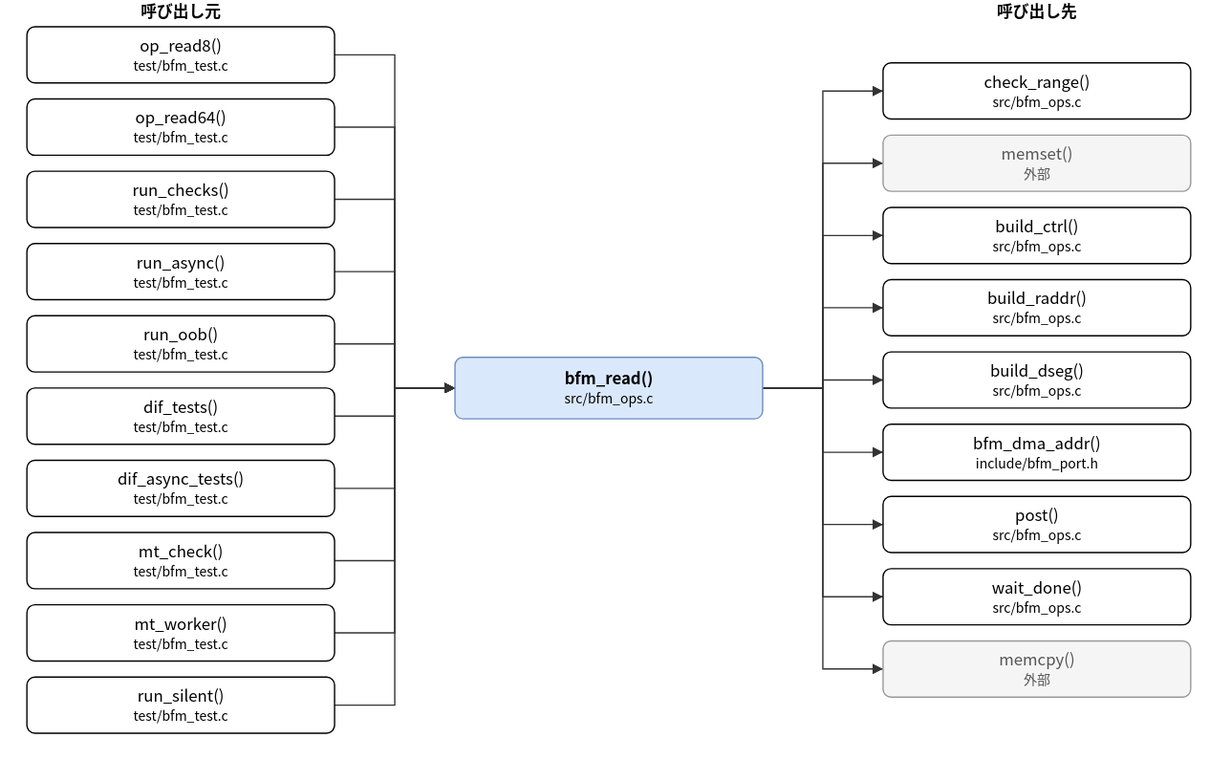
Before: doc/spec/images/call_src_bfm_ops-bfm_read.drawio.svg, a diagram exported from draw.io (hf355051012-ai/bfmem). Source tidied: cells renumbered, new cells last; positions are measured from the earlier drawing's top-left corner, leaving out a move shared by most shapes.
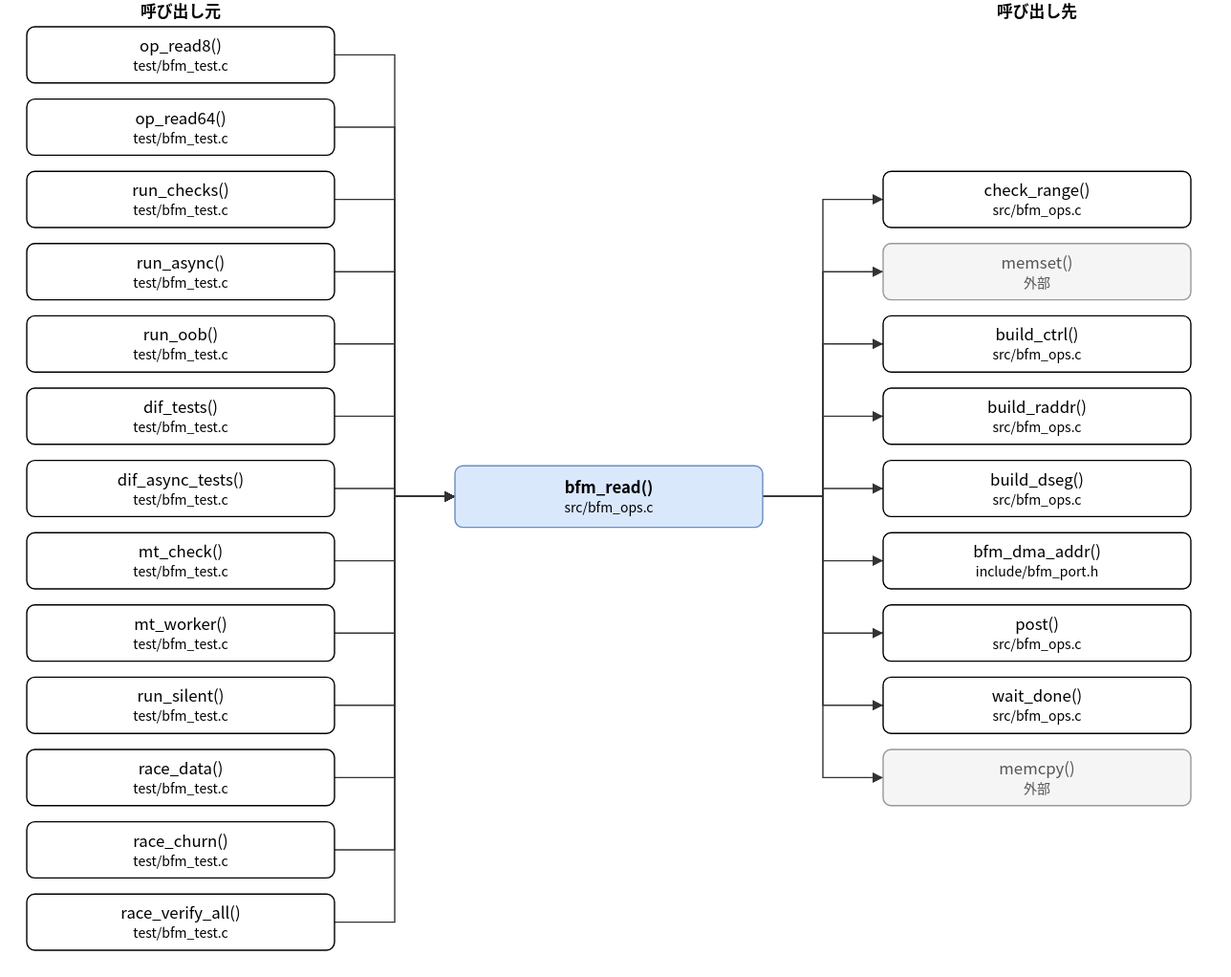
The same file after the commit.

What changed in the source:
```diff
@@ -3,7 +3,7 @@
     <mxCell id="0" />
     <mxCell id="1" parent="0" />
     <mxCell id="2" value="bfm_read()&lt;br&gt;&lt;font style=&quot;font-size:10px&quot;&gt;src/bfm_ops.c&lt;/font&gt;" style="rounded=1;whiteSpace=wrap;html=1;fillColor=#dae8fc;strokeColor=#6c8ebf;fontStyle=1;" parent="1" vertex="1">
-      <mxGeometry x="320" y="267" width="230" height="46" as="geometry" />
+      <mxGeometry x="320" y="348" width="230" height="46" as="geometry" />
     </mxCell>
     <mxCell id="3" value="op_read8()&lt;br&gt;&lt;font style=&quot;font-size:10px&quot;&gt;test/bfm_test.c&lt;/font&gt;" style="rounded=1;whiteSpace=wrap;html=1;" parent="1" vertex="1">
       <mxGeometry y="20" width="230" height="42" as="geometry" />
@@ -35,38 +35,47 @@
     <mxCell id="12" value="run_silent()&lt;br&gt;&lt;font style=&quot;font-size:10px&quot;&gt;test/bfm_test.c&lt;/font&gt;" style="rounded=1;whiteSpace=wrap;html=1;" parent="1" vertex="1">
       <mxGeometry y="506" width="230" height="42" as="geometry" />
     </mxCell>
+    <mxCell id="43" value="race_data()&lt;br&gt;&lt;font style=&quot;font-size:10px&quot;&gt;test/bfm_test.c&lt;/font&gt;" style="rounded=1;whiteSpace=wrap;html=1;" parent="1" vertex="1">
+      <mxGeometry y="560" width="230" height="42" as="geometry" />
+    </mxCell>
+    <mxCell id="44" value="race_churn()&lt;br&gt;&lt;font style=&quot;font-size:10px&quot;&gt;test/bfm_test.c&lt;/font&gt;" style="rounded=1;whiteSpace=wrap;html=1;" parent="1" vertex="1">
+      <mxGeometry y="614" width="230" height="42" as="geometry" />
+    </mxCell>
+    <mxCell id="45" value="race_verify_all()&lt;br&gt;&lt;font style=&quot;font-size:10px&quot;&gt;test/bfm_test.c&lt;/font&gt;" style="rounded=1;whiteSpace=wrap;html=1;" parent="1" vertex="1">
+      <mxGeometry y="668" width="230" height="42" as="geometry" />
+    </mxCell>
     <mxCell id="13" value="check_range()&lt;br&gt;&lt;font style=&quot;font-size:10px&quot;&gt;src/bfm_ops.c&lt;/font&gt;" style="rounded=1;whiteSpace=wrap;html=1;" parent="1" vertex="1">
-      <mxGeometry x="640" y="47" width="230" height="42" as="geometry" />
+      <mxGeometry x="640" y="128" width="230" height="42" as="geometry" />
     </mxCell>
     <mxCell id="14" value="memset()&lt;br&gt;&lt;font style=&quot;font-size:10px&quot;&gt;外部&lt;/font&gt;" style="rounded=1;whiteSpace=wrap;html=1;fillColor=#f5f5f5;strokeColor=#999999;fontColor=#555555;" parent="1" vertex="1">
-      <mxGeometry x="640" y="101" width="230" height="42" as="geometry" />
+      <mxGeometry x="640" y="182" width="230" height="42" as="geometry" />
     </mxCell>
     <mxCell id="15" value="build_ctrl()&lt;br&gt;&lt;font style=&quot;font-size:10px&quot;&gt;src/bfm_ops.c&lt;/font&gt;" style="rounded=1;whiteSpace=wrap;html=1;" parent="1" vertex="1">
-      <mxGeometry x="640" y="155" width="230" height="42" as="geometry" />
+      <mxGeometry x="640" y="236" width="230" height="42" as="geometry" />
     </mxCell>
     <mxCell id="16" value="build_raddr()&lt;br&gt;&lt;font style=&quot;font-size:10px&quot;&gt;src/bfm_ops.c&lt;/font&gt;" style="rounded=1;whiteSpace=wrap;html=1;" parent="1" vertex="1">
-      <mxGeometry x="640" y="209" width="230" height="42" as="geometry" />
+      <mxGeometry x="640" y="290" width="230" height="42" as="geometry" />
     </mxCell>
     <mxCell id="17" value="build_dseg()&lt;br&gt;&lt;font style=&quot;font-size:10px&quot;&gt;src/bfm_ops.c&lt;/font&gt;" style="rounded=1;whiteSpace=wrap;html=1;" parent="1" vertex="1">
-      <mxGeometry x="640" y="263" width="230" height="42" as="geometry" />
+      <mxGeometry x="640" y="344" width="230" height="42" as="geometry" />
     </mxCell>
     <mxCell id="18" value="bfm_dma_addr()&lt;br&gt;&lt;font style=&quot;font-size:10px&quot;&gt;include/bfm_port.h&lt;/font&gt;" style="rounded=1;whiteSpace=wrap;html=1;" parent="1" vertex="1">
-      <mxGeometry x="640" y="317" width="230" height="42" as="geometry" />
+      <mxGeometry x="640" y="398" width="230" height="42" as="geometry" />
     </mxCell>
     <mxCell id="19" value="post()&lt;br&gt;&lt;font style=&quot;font-size:10px&quot;&gt;src/bfm_ops.c&lt;/font&gt;" style="rounded=1;whiteSpace=wrap;html=1;" parent="1" vertex="1">
-      <mxGeometry x="640" y="371" width="230" height="42" as="geometry" />
+      <mxGeometry x="640" y="452" width="230" height="42" as="geometry" />
     </mxCell>
     <mxCell id="20" value="wait_done()&lt;br&gt;&lt;font style=&quot;font-size:10px&quot;&gt;src/bfm_ops.c&lt;/font&gt;" style="rounded=1;whiteSpace=wrap;html=1;" parent="1" vertex="1">
-      <mxGeometry x="640" y="425" width="230" height="42" as="geometry" />
+      <mxGeometry x="640" y="506" width="230" height="42" as="geometry" />
     </mxCell>
     <mxCell id="21" value="memcpy()&lt;br&gt;&lt;font style=&quot;font-size:10px&quot;&gt;外部&lt;/font&gt;" style="rounded=1;whiteSpace=wrap;html=1;fillColor=#f5f5f5;strokeColor=#999999;fontColor=#555555;" parent="1" vertex="1">
-      <mxGeometry x="640" y="479" width="230" height="42" as="geometry" />
+      <mxGeometry x="640" y="560" width="230" height="42" as="geometry" />
     </mxCell>
     <mxCell id="22" style="edgeStyle=none;html=1;rounded=0;endArrow=block;endFill=1;exitX=1.0000;exitY=0.5000;exitDx=0;exitDy=0;exitPerimeter=0;entryX=0.0000;entryY=0.5000;entryDx=0;entryDy=0;entryPerimeter=0;" parent="1" edge="1" source="3" target="2">
       <mxGeometry relative="1" as="geometry">
         <Array as="points">
           <mxPoint x="275" y="41" />
-          <mxPoint x="275" y="290" />
+          <mxPoint x="275" y="371" />
         </Array>
       </mxGeometry>
     </mxCell>
@@ -74,7 +83,7 @@
       <mxGeometry relative="1" as="geometry">
         <Array as="points">
           <mxPoint x="275" y="95" />
-          <mxPoint x="275" y="290" />
+          <mxPoint x="275" y="371" />
         </Array>
       </mxGeometry>
     </mxCell>
@@ -82,7 +91,7 @@
       <mxGeometry relative="1" as="geometry">
         <Array as="points">
           <mxPoint x="275" y="149" />
-          <mxPoint x="275" y="290" />
+          <mxPoint x="275" y="371" />
         </Array>
       </mxGeometry>
     </mxCell>
@@ -90,7 +99,7 @@
       <mxGeometry relative="1" as="geometry">
         <Array as="points">
           <mxPoint x="275" y="203" />
-          <mxPoint x="275" y="290" />
+          <mxPoint x="275" y="371" />
         </Array>
       </mxGeometry>
     </mxCell>
@@ -98,7 +107,7 @@
       <mxGeometry relative="1" as="geometry">
         <Array as="points">
           <mxPoint x="275" y="257" />
-          <mxPoint x="275" y="290" />
+          <mxPoint x="275" y="371" />
         </Array>
       </mxGeometry>
     </mxCell>
@@ -106,7 +115,7 @@
       <mxGeometry relative="1" as="geometry">
         <Array as="points">
           <mxPoint x="275" y="311" />
-          <mxPoint x="275" y="290" />
+          <mxPoint x="275" y="371" />
         </Array>
       </mxGeometry>
     </mxCell>
@@ -114,7 +123,7 @@
       <mxGeometry relative="1" as="geometry">
         <Array as="points">
           <mxPoint x="275" y="365" />
-          <mxPoint x="275" y="290" />
+          <mxPoint x="275" y="371" />
         </Array>
       </mxGeometry>
     </mxCell>
@@ -122,7 +131,7 @@
       <mxGeometry relative="1" as="geometry">
         <Array as="points">
           <mxPoint x="275" y="419" />
-          <mxPoint x="275" y="290" />
+          <mxPoint x="275" y="371" />
         </Array>
       </mxGeometry>
     </mxCell>
@@ -130,7 +139,7 @@
       <mxGeometry relative="1" as="geometry">
         <Array as="points">
           <mxPoint x="275" y="473" />
-          <mxPoint x="275" y="290" />
+          <mxPoint x="275" y="371" />
         </Array>
       </mxGeometry>
     </mxCell>
@@ -138,82 +147,106 @@
       <mxGeometry relative="1" as="geometry">
         <Array as="points">
           <mxPoint x="275" y="527" />
-          <mxPoint x="275" y="290" />
+          <mxPoint x="275" y="371" />
         </Array>
       </mxGeometry>
     </mxCell>
-    <mxCell id="32" style="edgeStyle=none;html=1;rounded=0;endArrow=block;endFill=1;exitX=1.0000;exitY=0.5000;exitDx=0;exitDy=0;exitPerimeter=0;entryX=0.0000;entryY=0.5000;entryDx=0;entryDy=0;entryPerimeter=0;" parent="1" edge="1" source="2" target="13">
+    <mxCell id="32" style="edgeStyle=none;html=1;rounded=0;endArrow=block;endFill=1;exitX=1.0000;exitY=0.5000;exitDx=0;exitDy=0;exitPerimeter=0;entryX=0.0000;entryY=0.5000;entryDx=0;entryDy=0;entryPerimeter=0;" parent="1" edge="1" source="43" target="2">
       <mxGeometry relative="1" as="geometry">
         <Array as="points">
-          <mxPoint x="595" y="290" />
-          <mxPoint x="595" y="68" />
+          <mxPoint x="275" y="581" />
+          <mxPoint x="275" y="371" />
         </Array>
       </mxGeometry>
     </mxCell>
-    <mxCell id="33" style="edgeStyle=none;html=1;rounded=0;endArrow=block;endFill=1;exitX=1.0000;exitY=0.5000;exitDx=0;exitDy=0;exitPerimeter=0;entryX=0.0000;entryY=0.5000;entryDx=0;entryDy=0;entryPerimeter=0;" parent="1" edge="1" source="2" target="14">
+    <mxCell id="33" style="edgeStyle=none;html=1;rounded=0;endArrow=block;endFill=1;exitX=1.0000;exitY=0.5000;exitDx=0;exitDy=0;exitPerimeter=0;entryX=0.0000;entryY=0.5000;entryDx=0;entryDy=0;entryPerimeter=0;" parent="1" edge="1" source="44" target="2">
       <mxGeometry relative="1" as="geometry">
         <Array as="points">
-          <mxPoint x="595" y="290" />
-          <mxPoint x="595" y="122" />
+          <mxPoint x="275" y="635" />
+          <mxPoint x="275" y="371" />
         </Array>
       </mxGeometry>
     </mxCell>
-    <mxCell id="34" style="edgeStyle=none;html=1;rounded=0;endArrow=block;endFill=1;exitX=1.0000;exitY=0.5000;exitDx=0;exitDy=0;exitPerimeter=0;entryX=0.0000;entryY=0.5000;entryDx=0;entryDy=0;entryPerimeter=0;" parent="1" edge="1" source="2" target="15">
+    <mxCell id="34" style="edgeStyle=none;html=1;rounded=0;endArrow=block;endFill=1;exitX=1.0000;exitY=0.5000;exitDx=0;exitDy=0;exitPerimeter=0;entryX=0.0000;entryY=0.5000;entryDx=0;entryDy=0;entryPerimeter=0;" parent="1" edge="1" source="45" target="2">
       <mxGeometry relative="1" as="geometry">
         <Array as="points">
-          <mxPoint x="595" y="290" />
-          <mxPoint x="595" y="176" />
+          <mxPoint x="275" y="689" />
+          <mxPoint x="275" y="371" />
         </Array>
       </mxGeometry>
     </mxCell>
-    <mxCell id="35" style="edgeStyle=none;html=1;rounded=0;endArrow=block;endFill=1;exitX=1.0000;exitY=0.5000;exitDx=0;exitDy=0;exitPerimeter=0;entryX=0.0000;entryY=0.5000;entryDx=0;entryDy=0;entryPerimeter=0;" parent="1" edge="1" source="2" target="16">
+    <mxCell id="35" style="edgeStyle=none;html=1;rounded=0;endArrow=block;endFill=1;exitX=1.0000;exitY=0.5000;exitDx=0;exitDy=0;exitPerimeter=0;entryX=0.0000;entryY=0.5000;entryDx=0;entryDy=0;entryPerimeter=0;" parent="1" edge="1" source="2" target="13">
       <mxGeometry relative="1" as="geometry">
         <Array as="points">
-          <mxPoint x="595" y="290" />
-          <mxPoint x="595" y="230" />
+          <mxPoint x="595" y="371" />
+          <mxPoint x="595" y="149" />
         </Array>
       </mxGeometry>
     </mxCell>
-    <mxCell id="36" style="edgeStyle=none;html=1;rounded=0;endArrow=block;endFill=1;exitX=1.0000;exitY=0.5000;exitDx=0;exitDy=0;exitPerimeter=0;entryX=0.0000;entryY=0.5000;entryDx=0;entryDy=0;entryPerimeter=0;" parent="1" edge="1" source="2" target="17">
+    <mxCell id="36" style="edgeStyle=none;html=1;rounded=0;endArrow=block;endFill=1;exitX=1.0000;exitY=0.5000;exitDx=0;exitDy=0;exitPerimeter=0;entryX=0.0000;entryY=0.5000;entryDx=0;entryDy=0;entryPerimeter=0;" parent="1" edge="1" source="2" target="14">
       <mxGeometry relative="1" as="geometry">
         <Array as="points">
-          <mxPoint x="595" y="290" />
-          <mxPoint x="595" y="284" />
+          <mxPoint x="595" y="371" />
+          <mxPoint x="595" y="203" />
         </Array>
       </mxGeometry>
     </mxCell>
-    <mxCell id="37" style="edgeStyle=none;html=1;rounded=0;endArrow=block;endFill=1;exitX=1.0000;exitY=0.5000;exitDx=0;exitDy=0;exitPerimeter=0;entryX=0.0000;entryY=0.5000;entryDx=0;entryDy=0;entryPerimeter=0;" parent="1" edge="1" source="2" target="18">
+    <mxCell id="37" style="edgeStyle=none;html=1;rounded=0;endArrow=block;endFill=1;exitX=1.0000;exitY=0.5000;exitDx=0;exitDy=0;exitPerimeter=0;entryX=0.0000;entryY=0.5000;entryDx=0;entryDy=0;entryPerimeter=0;" parent="1" edge="1" source="2" target="15">
       <mxGeometry relative="1" as="geometry">
         <Array as="points">
-          <mxPoint x="595" y="290" />
-          <mxPoint x="595" y="338" />
+          <mxPoint x="595" y="371" />
+          <mxPoint x="595" y="257" />
         </Array>
       </mxGeometry>
     </mxCell>
-    <mxCell id="38" style="edgeStyle=none;html=1;rounded=0;endArrow=block;endFill=1;exitX=1.0000;exitY=0.5000;exitDx=0;exitDy=0;exitPerimeter=0;entryX=0.0000;entryY=0.5000;entryDx=0;entryDy=0;entryPerimeter=0;" parent="1" edge="1" source="2" target="19">
+    <mxCell id="38" style="edgeStyle=none;html=1;rounded=0;endArrow=block;endFill=1;exitX=1.0000;exitY=0.5000;exitDx=0;exitDy=0;exitPerimeter=0;entryX=0.0000;entryY=0.5000;entryDx=0;entryDy=0;entryPerimeter=0;" parent="1" edge="1" source="2" target="16">
       <mxGeometry relative="1" as="geometry">
         <Array as="points">
-          <mxPoint x="595" y="290" />
-          <mxPoint x="595" y="392" />
+          <mxPoint x="595" y="371" />
+          <mxPoint x="595" y="311" />
         </Array>
       </mxGeometry>
     </mxCell>
-    <mxCell id="39" style="edgeStyle=none;html=1;rounded=0;endArrow=block;endFill=1;exitX=1.0000;exitY=0.5000;exitDx=0;exitDy=0;exitPerimeter=0;entryX=0.0000;entryY=0.5000;entryDx=0;entryDy=0;entryPerimeter=0;" parent="1" edge="1" source="2" target="20">
+    <mxCell id="39" style="edgeStyle=none;html=1;rounded=0;endArrow=block;endFill=1;exitX=1.0000;exitY=0.5000;exitDx=0;exitDy=0;exitPerimeter=0;entryX=0.0000;entryY=0.5000;entryDx=0;entryDy=0;entryPerimeter=0;" parent="1" edge="1" source="2" target="17">
       <mxGeometry relative="1" as="geometry">
         <Array as="points">
-          <mxPoint x="595" y="290" />
-          <mxPoint x="595" y="446" />
+          <mxPoint x="595" y="371" />
+          <mxPoint x="595" y="365" />
         </Array>
       </mxGeometry>
     </mxCell>
-    <mxCell id="40" style="edgeStyle=none;html=1;rounded=0;endArrow=block;endFill=1;exitX=1.0000;exitY=0.5000;exitDx=0;exitDy=0;exitPerimeter=0;entryX=0.0000;entryY=0.5000;entryDx=0;entryDy=0;entryPerimeter=0;" parent="1" edge="1" source="2" target="21">
+    <mxCell id="40" style="edgeStyle=none;html=1;rounded=0;endArrow=block;endFill=1;exitX=1.0000;exitY=0.5000;exitDx=0;exitDy=0;exitPerimeter=0;entryX=0.0000;entryY=0.5000;entryDx=0;entryDy=0;entryPerimeter=0;" parent="1" edge="1" source="2" target="18">
       <mxGeometry relative="1" as="geometry">
         <Array as="points">
-          <mxPoint x="595" y="290" />
-          <mxPoint x="595" y="500" />
+          <mxPoint x="595" y="371" />
+          <mxPoint x="595" y="419" />
         </Array>
       </mxGeometry>
     </mxCell>
+    <mxCell id="46" style="edgeStyle=none;html=1;rounded=0;endArrow=block;endFill=1;exitX=1.0000;exitY=0.5000;exitDx=0;exitDy=0;exitPerimeter=0;entryX=0.0000;entryY=0.5000;entryDx=0;entryDy=0;entryPerimeter=0;" parent="1" edge="1" source="2" target="19">
+      <mxGeometry relative="1" as="geometry">
+        <Array as="points">
+          <mxPoint x="595" y="371" />
+          <mxPoint x="595" y="473" />
+        </Array>
+      </mxGeometry>
+    </mxCell>
+    <mxCell id="47" style="edgeStyle=none;html=1;rounded=0;endArrow=block;endFill=1;exitX=1.0000;exitY=0.5000;exitDx=0;exitDy=0;exitPerimeter=0;entryX=0.0000;entryY=0.5000;entryDx=0;entryDy=0;entryPerimeter=0;" parent="1" edge="1" source="2" target="20">
+      <mxGeometry relative="1" as="geometry">
+        <Array as="points">
+          <mxPoint x="595" y="371" />
+          <mxPoint x="595" y="527" />
+        </Array>
+      </mxGeometry>
+    </mxCell>
+    <mxCell id="48" style="edgeStyle=none;html=1;rounded=0;endArrow=block;endFill=1;exitX=1.0000;exitY=0.5000;exitDx=0;exitDy=0;exitPerimeter=0;entryX=0.0000;entryY=0.5000;entryDx=0;entryDy=0;entryPerimeter=0;" parent="1" edge="1" source="2" target="21">
+      <mxGeometry relative="1" as="geometry">
+        <Array as="points">
+          <mxPoint x="595" y="371" />
+          <mxPoint x="595" y="581" />
+        </Array>
+      </mxGeometry>
+    </mxCell>
     <mxCell id="41" value="呼び出し元" style="text;html=1;align=center;fontStyle=1;" parent="1" vertex="1">
       <mxGeometry x="35" width="160" height="18" as="geometry" />
     </mxCell>
```
